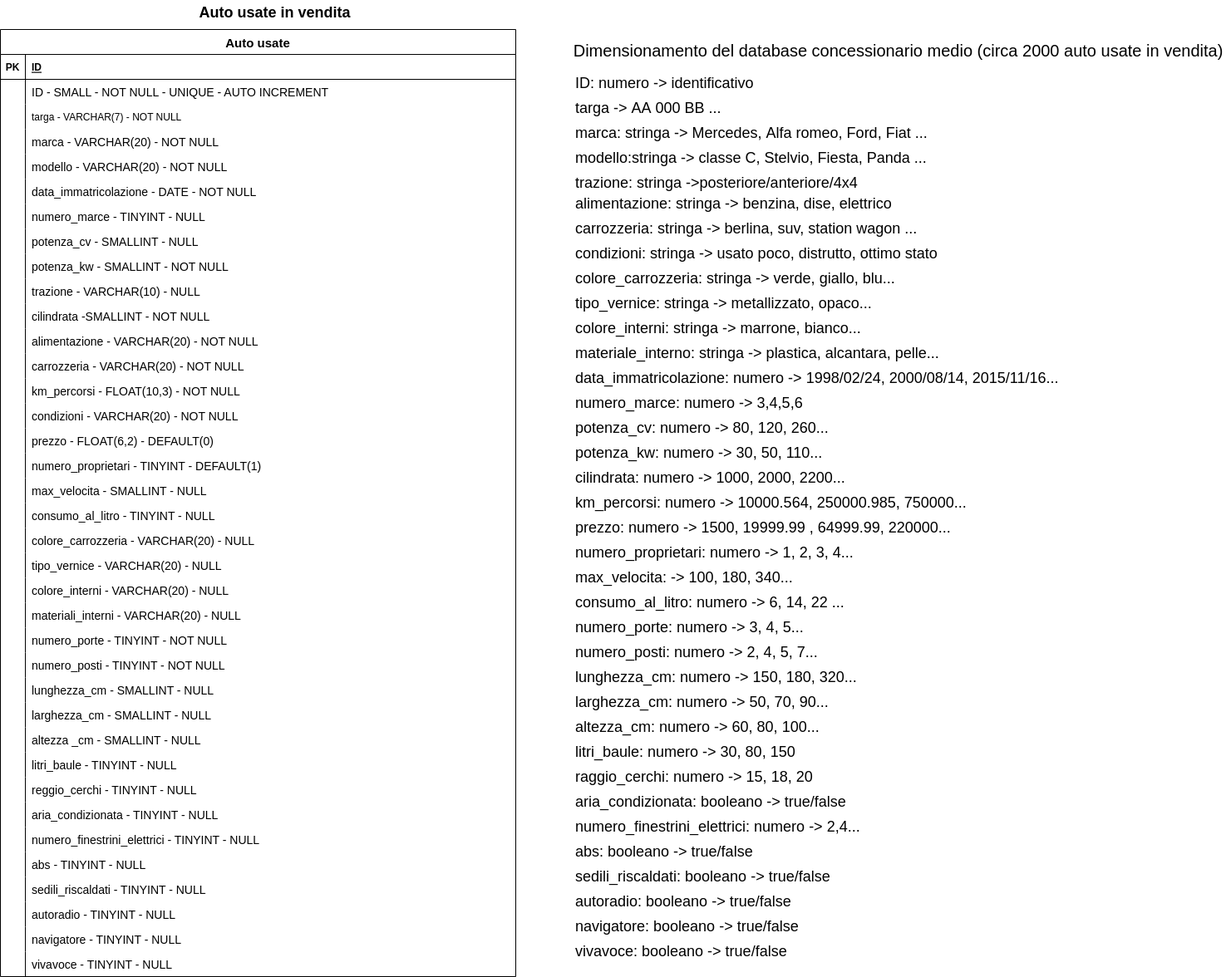
This is database autovetture usate.png from pietroline/db-first, a draw.io export, as it was before one commit. Source tidied: cells renumbered, new cells last; positions are measured from the earlier drawing's top-left corner, leaving out a move shared by most shapes.
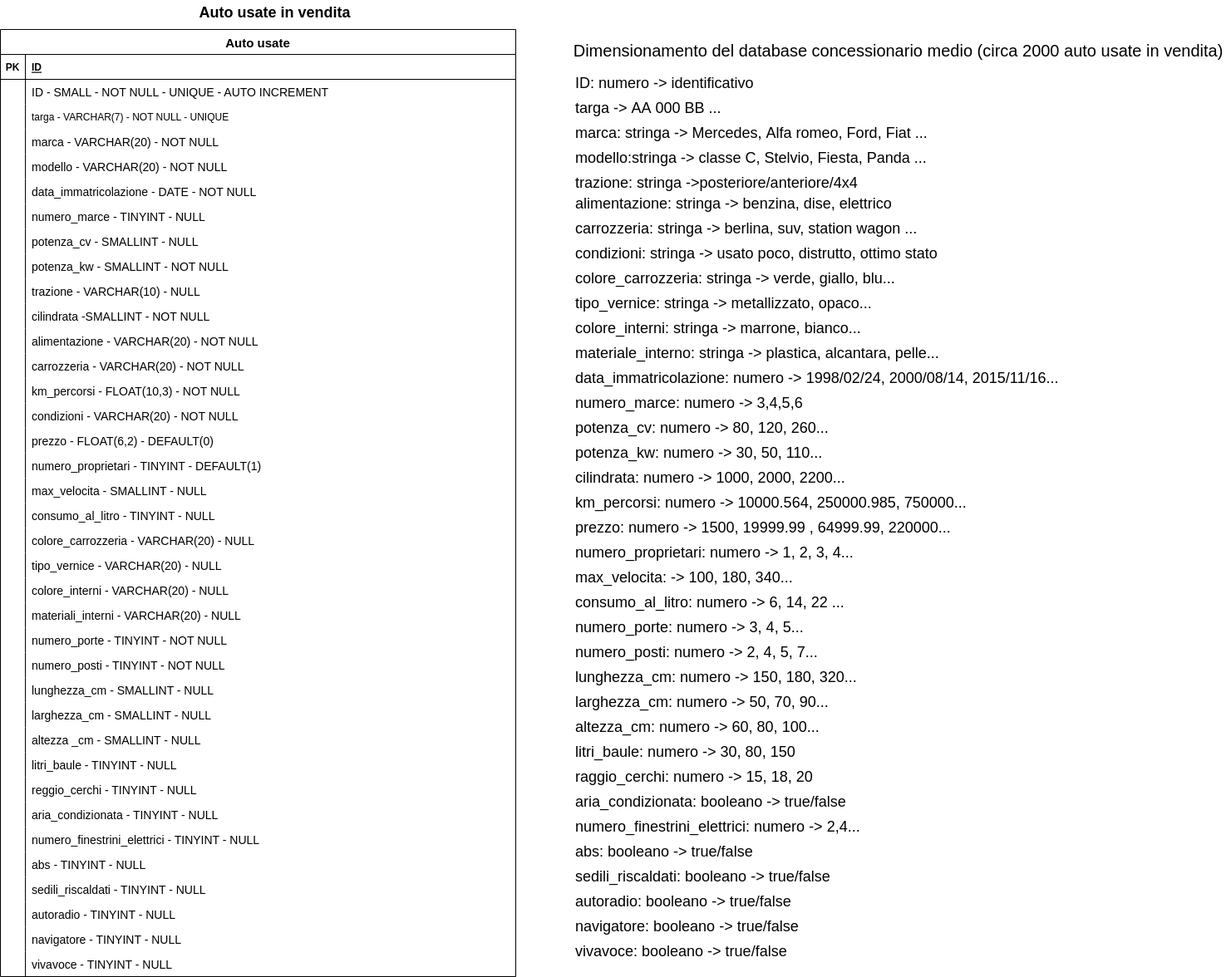
The same diagram one commit later.

Commit message:
fix targa unique

What changed in the source:
```diff
@@ -32,7 +32,7 @@
     <mxCell id="11" style="shape=partialRectangle;fillColor=none;top=0;left=0;bottom=0;right=0;overflow=hidden;rounded=0;shadow=0;labelBackgroundColor=none;labelBorderColor=none;sketch=0;fontFamily=Helvetica;fontSize=12;fontColor=default;startSize=30;strokeColor=default;html=0;" parent="10" vertex="1">
       <mxGeometry width="30" height="30" as="geometry" />
     </mxCell>
-    <mxCell id="12" value="targa - VARCHAR(7) - NOT NULL" style="shape=partialRectangle;fillColor=none;top=0;left=0;bottom=0;right=0;align=left;spacingLeft=6;overflow=hidden;rounded=0;shadow=0;labelBackgroundColor=none;labelBorderColor=none;sketch=0;fontFamily=Helvetica;fontSize=12;fontColor=default;startSize=30;strokeColor=default;html=0;" parent="10" vertex="1">
+    <mxCell id="12" value="targa - VARCHAR(7) - NOT NULL - UNIQUE" style="shape=partialRectangle;fillColor=none;top=0;left=0;bottom=0;right=0;align=left;spacingLeft=6;overflow=hidden;rounded=0;shadow=0;labelBackgroundColor=none;labelBorderColor=none;sketch=0;fontFamily=Helvetica;fontSize=12;fontColor=default;startSize=30;strokeColor=default;html=0;" parent="10" vertex="1">
       <mxGeometry x="30" width="590" height="30" as="geometry" />
     </mxCell>
     <mxCell id="13" style="shape=tableRow;horizontal=0;startSize=0;swimlaneHead=0;swimlaneBody=0;fillColor=none;top=0;left=0;right=0;bottom=0;rounded=0;shadow=0;labelBackgroundColor=none;labelBorderColor=none;sketch=0;fontFamily=Helvetica;fontSize=12;fontColor=default;strokeColor=default;html=0;" parent="3" vertex="1">
```
